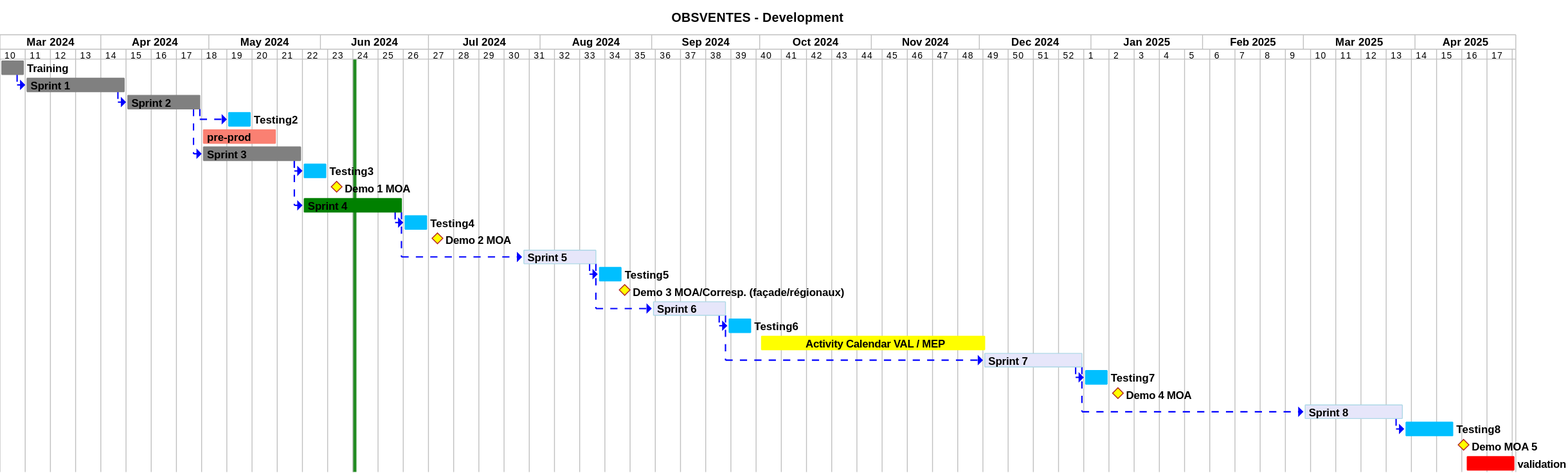
Earlier version of the PlantUML export projects/obsvente/not/images/refonte-obsventes-planning-sprints.svg (sumaris-net/sumaris-doc). Its source is kept beside it as projects/obsvente/not/images/refonte-obsventes-planning-sprints.puml.
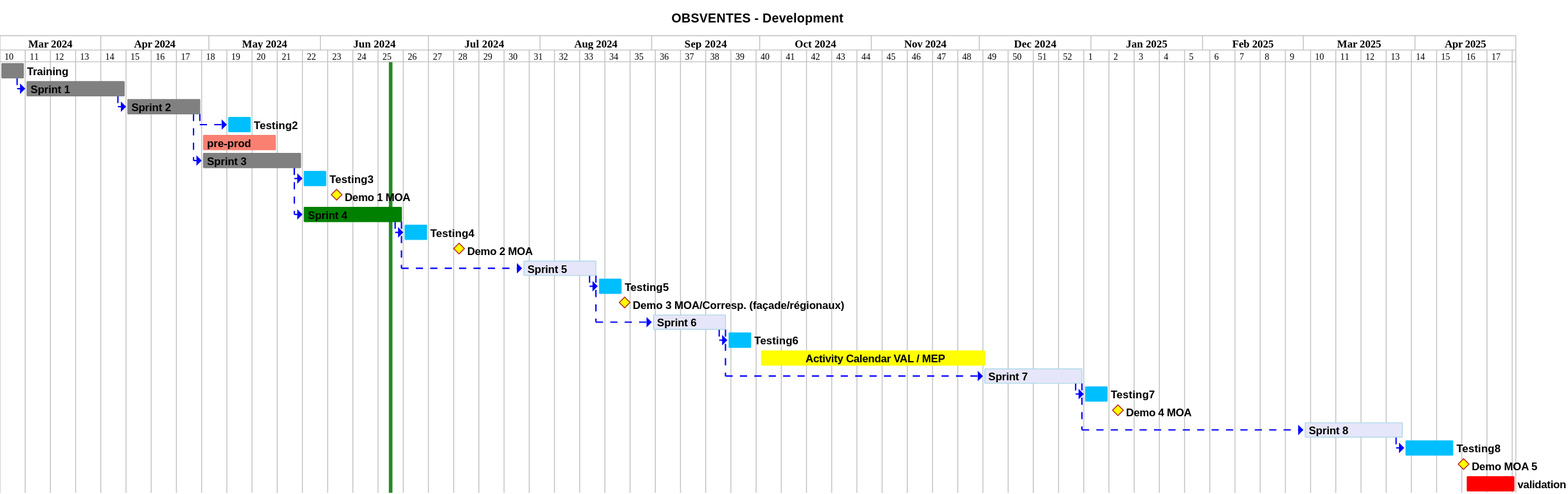
The same file after the commit.

Diff of the diagram source:
```diff
@@ -85,7 +85,7 @@
 [TASK3]->[TASK4]
 [Testing4] requires 1 week
 [TASK4]->[Testing4]
-[Demo 2 MOA] happens 3 day after [Testing4]'s end
+[Demo 2 MOA] happens 9 day after [Testing4]'s end
 
 [Sprint 5] as [TASK5] requires 3 weeks and starts the 27th of July 2024
 [TASK5] is colored in Lavender/LightBlue
```
